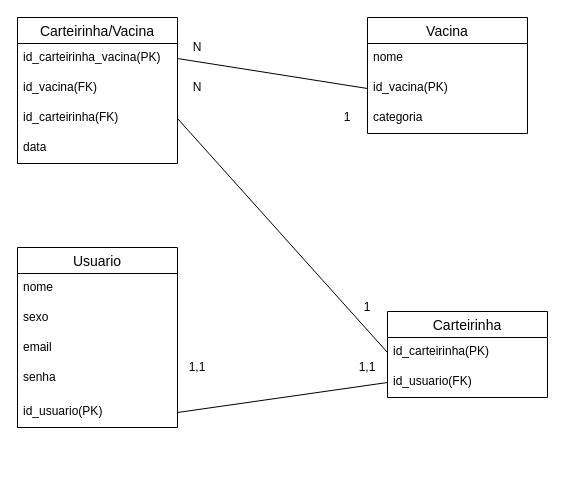
Carlozo/Vaprotec-carteira-de-vacina-digital keeps this draw.io diagram as documentacao/der.drawio. Above is the earlier version. Source tidied: cells renumbered, new cells numbered last; positions are measured from the earlier drawing's top-left corner, leaving out a move shared by most shapes. Both pictures are drawn from the tidied source at 100%, with x=0, y=0 at pixel (17, 17).
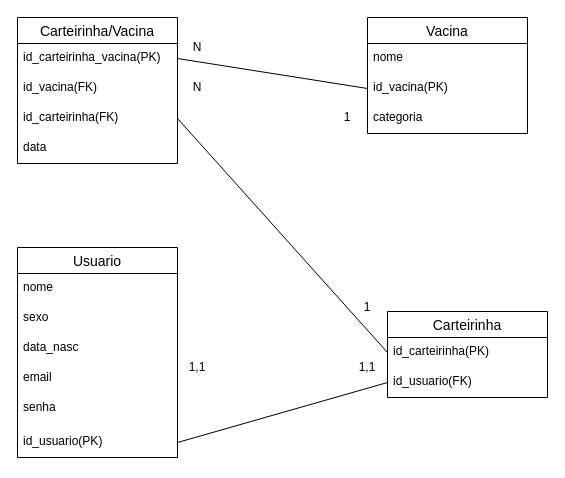
The same diagram, later.

Commit message (it also covers changes not shown here):
alteração dos diagramas, implementação do modelo ABNT no documento e inserção de tópicos

Diff of the diagram source:
```diff
@@
     <mxCell id="2" value="Usuario" style="swimlane;fontStyle=0;horizontal=1;startSize=26;align=center;fontSize=14;" parent="1" vertex="1">
-      <mxGeometry y="230" width="160" height="180" as="geometry" />
+      <mxGeometry y="230" width="160" height="210" as="geometry" />
     </mxCell>
@@
+    <mxCell id="29" value="data_nasc" style="text;strokeColor=none;fillColor=none;spacingLeft=4;spacingRight=4;overflow=hidden;fontSize=12;" parent="2" vertex="1">
+      <mxGeometry y="86" width="160" height="30" as="geometry" />
+    </mxCell>
     <mxCell id="5" value="email" style="text;strokeColor=none;fillColor=none;spacingLeft=4;spacingRight=4;overflow=hidden;fontSize=12;" parent="2" vertex="1">
-      <mxGeometry y="86" width="160" height="30" as="geometry" />
+      <mxGeometry y="116" width="160" height="30" as="geometry" />
     </mxCell>
     <mxCell id="6" value="senha" style="text;strokeColor=none;fillColor=none;spacingLeft=4;spacingRight=4;overflow=hidden;fontSize=12;" parent="2" vertex="1">
-      <mxGeometry y="116" width="160" height="34" as="geometry" />
+      <mxGeometry y="146" width="160" height="34" as="geometry" />
     </mxCell>
     <mxCell id="7" value="id_usuario(PK)" style="text;strokeColor=none;fillColor=none;spacingLeft=4;spacingRight=4;overflow=hidden;points=[[0,0.5],[1,0.5]];portConstraint=eastwest;fontSize=12;" parent="2" vertex="1">
-      <mxGeometry y="150" width="160" height="30" as="geometry" />
+      <mxGeometry y="180" width="160" height="30" as="geometry" />
     </mxCell>
```
